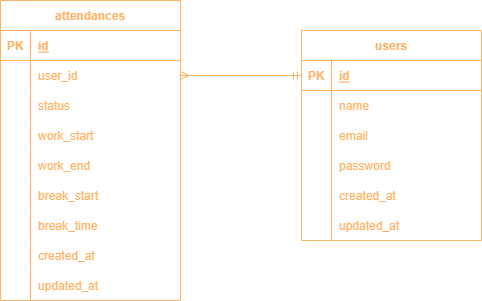
Above: ER図.png in Tanukichi-35/atte (draw.io), before the change. Source tidied: cells renumbered, new cells last; positions are measured from the earlier drawing's top-left corner, leaving out a move shared by most shapes.
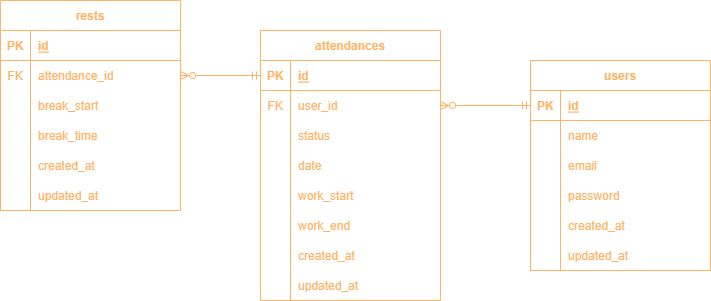
The same diagram one commit later.

Diff of the diagram source:
```diff
@@ -3,7 +3,7 @@
     <mxCell id="0" />
     <mxCell id="1" parent="0" />
     <mxCell id="2" value="attendances" style="shape=table;startSize=30;rowLines=0;fontStyle=1;align=center;rounded=0;strokeWidth=1;fillColor=none;strokeColor=#FFB366;fontColor=#FFB366;" parent="1" vertex="1">
-      <mxGeometry width="180" height="300" as="geometry" />
+      <mxGeometry x="260" y="60" width="180" height="270" as="geometry" />
     </mxCell>
     <mxCell id="3" style="shape=tableRow;horizontal=0;startSize=0;swimlaneHead=0;swimlaneBody=0;points=[[0,0.5],[1,0.5]];portConstraint=eastwest;top=0;left=0;right=0;bottom=1;rounded=0;strokeWidth=1;swimlaneLine=1;fillColor=none;strokeColor=#FFB366;fontColor=#FFB366;" parent="2" vertex="1">
       <mxGeometry y="30" width="180" height="30" as="geometry" />
@@ -17,7 +17,7 @@
     <mxCell id="6" style="shape=tableRow;horizontal=0;startSize=0;swimlaneHead=0;swimlaneBody=0;points=[[0,0.5],[1,0.5]];portConstraint=eastwest;top=0;left=0;right=0;bottom=0;rounded=0;strokeWidth=1;swimlaneLine=1;fillColor=none;strokeColor=#FFB366;fontColor=#FFB366;" parent="2" vertex="1">
       <mxGeometry y="60" width="180" height="30" as="geometry" />
     </mxCell>
-    <mxCell id="7" style="shape=partialRectangle;top=0;left=0;bottom=0;right=0;overflow=hidden;rounded=0;strokeWidth=1;swimlaneLine=1;fillColor=none;strokeColor=#FFB366;fontColor=#FFB366;" parent="6" vertex="1">
+    <mxCell id="7" value="FK" style="shape=partialRectangle;top=0;left=0;bottom=0;right=0;overflow=hidden;rounded=0;strokeWidth=1;swimlaneLine=1;fillColor=none;strokeColor=#FFB366;fontColor=#FFB366;" parent="6" vertex="1">
       <mxGeometry width="30" height="30" as="geometry" />
     </mxCell>
     <mxCell id="8" value="user_id" style="shape=partialRectangle;top=0;left=0;bottom=0;right=0;align=left;spacingLeft=6;overflow=hidden;rounded=0;strokeWidth=1;swimlaneLine=1;fillColor=none;strokeColor=#FFB366;fontColor=#FFB366;" parent="6" vertex="1">
@@ -38,11 +38,20 @@
     <mxCell id="13" style="shape=partialRectangle;top=0;left=0;bottom=0;right=0;overflow=hidden;rounded=0;strokeWidth=1;swimlaneLine=1;fillColor=none;strokeColor=#FFB366;fontColor=#FFB366;" parent="12" vertex="1">
       <mxGeometry width="30" height="30" as="geometry" />
     </mxCell>
-    <mxCell id="14" value="work_start" style="shape=partialRectangle;top=0;left=0;bottom=0;right=0;align=left;spacingLeft=6;overflow=hidden;rounded=0;strokeWidth=1;swimlaneLine=1;fillColor=none;strokeColor=#FFB366;fontColor=#FFB366;" parent="12" vertex="1">
+    <mxCell id="14" value="date" style="shape=partialRectangle;top=0;left=0;bottom=0;right=0;align=left;spacingLeft=6;overflow=hidden;rounded=0;strokeWidth=1;swimlaneLine=1;fillColor=none;strokeColor=#FFB366;fontColor=#FFB366;" parent="12" vertex="1">
       <mxGeometry x="30" width="150" height="30" as="geometry" />
     </mxCell>
+    <mxCell id="50" style="shape=tableRow;horizontal=0;startSize=0;swimlaneHead=0;swimlaneBody=0;top=0;left=0;right=0;bottom=0;rounded=0;strokeWidth=1;swimlaneLine=1;fillColor=none;strokeColor=#FFB366;fontColor=#FFB366;" parent="2" vertex="1">
+      <mxGeometry y="150" width="180" height="30" as="geometry" />
+    </mxCell>
+    <mxCell id="51" style="shape=partialRectangle;top=0;left=0;bottom=0;right=0;overflow=hidden;rounded=0;strokeWidth=1;swimlaneLine=1;fillColor=none;strokeColor=#FFB366;fontColor=#FFB366;" parent="50" vertex="1">
+      <mxGeometry width="30" height="30" as="geometry" />
+    </mxCell>
+    <mxCell id="52" value="work_start" style="shape=partialRectangle;top=0;left=0;bottom=0;right=0;align=left;spacingLeft=6;overflow=hidden;rounded=0;strokeWidth=1;swimlaneLine=1;fillColor=none;strokeColor=#FFB366;fontColor=#FFB366;" parent="50" vertex="1">
+      <mxGeometry x="30" width="150" height="30" as="geometry" />
+    </mxCell>
     <mxCell id="15" style="shape=tableRow;horizontal=0;startSize=0;swimlaneHead=0;swimlaneBody=0;top=0;left=0;right=0;bottom=0;rounded=0;strokeWidth=1;swimlaneLine=1;fillColor=none;strokeColor=#FFB366;fontColor=#FFB366;" parent="2" vertex="1">
-      <mxGeometry y="150" width="180" height="30" as="geometry" />
+      <mxGeometry y="180" width="180" height="30" as="geometry" />
     </mxCell>
     <mxCell id="16" style="shape=partialRectangle;top=0;left=0;bottom=0;right=0;overflow=hidden;rounded=0;strokeWidth=1;swimlaneLine=1;fillColor=none;strokeColor=#FFB366;fontColor=#FFB366;" parent="15" vertex="1">
       <mxGeometry width="30" height="30" as="geometry" />
@@ -50,26 +59,8 @@
     <mxCell id="17" value="work_end" style="shape=partialRectangle;top=0;left=0;bottom=0;right=0;align=left;spacingLeft=6;overflow=hidden;rounded=0;strokeWidth=1;swimlaneLine=1;fillColor=none;strokeColor=#FFB366;fontColor=#FFB366;" parent="15" vertex="1">
       <mxGeometry x="30" width="150" height="30" as="geometry" />
     </mxCell>
-    <mxCell id="18" style="shape=tableRow;horizontal=0;startSize=0;swimlaneHead=0;swimlaneBody=0;top=0;left=0;right=0;bottom=0;rounded=0;strokeWidth=1;swimlaneLine=1;fillColor=none;strokeColor=#FFB366;fontColor=#FFB366;" parent="2" vertex="1">
-      <mxGeometry y="180" width="180" height="30" as="geometry" />
-    </mxCell>
-    <mxCell id="19" style="shape=partialRectangle;top=0;left=0;bottom=0;right=0;overflow=hidden;rounded=0;strokeWidth=1;swimlaneLine=1;fillColor=none;strokeColor=#FFB366;fontColor=#FFB366;" parent="18" vertex="1">
-      <mxGeometry width="30" height="30" as="geometry" />
-    </mxCell>
-    <mxCell id="20" value="break_start" style="shape=partialRectangle;top=0;left=0;bottom=0;right=0;align=left;spacingLeft=6;overflow=hidden;rounded=0;strokeWidth=1;swimlaneLine=1;fillColor=none;strokeColor=#FFB366;fontColor=#FFB366;" parent="18" vertex="1">
-      <mxGeometry x="30" width="150" height="30" as="geometry" />
-    </mxCell>
-    <mxCell id="21" style="shape=tableRow;horizontal=0;startSize=0;swimlaneHead=0;swimlaneBody=0;top=0;left=0;right=0;bottom=0;rounded=0;strokeWidth=1;swimlaneLine=1;fillColor=none;strokeColor=#FFB366;fontColor=#FFB366;" parent="2" vertex="1">
-      <mxGeometry y="210" width="180" height="30" as="geometry" />
-    </mxCell>
-    <mxCell id="22" style="shape=partialRectangle;top=0;left=0;bottom=0;right=0;overflow=hidden;rounded=0;strokeWidth=1;swimlaneLine=1;fillColor=none;strokeColor=#FFB366;fontColor=#FFB366;" parent="21" vertex="1">
-      <mxGeometry width="30" height="30" as="geometry" />
-    </mxCell>
-    <mxCell id="23" value="break_time" style="shape=partialRectangle;top=0;left=0;bottom=0;right=0;align=left;spacingLeft=6;overflow=hidden;rounded=0;strokeWidth=1;swimlaneLine=1;fillColor=none;strokeColor=#FFB366;fontColor=#FFB366;" parent="21" vertex="1">
-      <mxGeometry x="30" width="150" height="30" as="geometry" />
-    </mxCell>
     <mxCell id="24" style="shape=tableRow;horizontal=0;startSize=0;swimlaneHead=0;swimlaneBody=0;top=0;left=0;right=0;bottom=0;rounded=0;strokeWidth=1;swimlaneLine=1;fillColor=none;strokeColor=#FFB366;fontColor=#FFB366;" parent="2" vertex="1">
-      <mxGeometry y="240" width="180" height="30" as="geometry" />
+      <mxGeometry y="210" width="180" height="30" as="geometry" />
     </mxCell>
     <mxCell id="25" style="shape=partialRectangle;top=0;left=0;bottom=0;right=0;overflow=hidden;rounded=0;strokeWidth=1;swimlaneLine=1;fillColor=none;strokeColor=#FFB366;fontColor=#FFB366;" parent="24" vertex="1">
       <mxGeometry width="30" height="30" as="geometry" />
@@ -78,7 +69,7 @@
       <mxGeometry x="30" width="150" height="30" as="geometry" />
     </mxCell>
     <mxCell id="27" style="shape=tableRow;horizontal=0;startSize=0;swimlaneHead=0;swimlaneBody=0;top=0;left=0;right=0;bottom=0;rounded=0;strokeWidth=1;swimlaneLine=1;fillColor=none;strokeColor=#FFB366;fontColor=#FFB366;" parent="2" vertex="1">
-      <mxGeometry y="270" width="180" height="30" as="geometry" />
+      <mxGeometry y="240" width="180" height="30" as="geometry" />
     </mxCell>
     <mxCell id="28" style="shape=partialRectangle;top=0;left=0;bottom=0;right=0;overflow=hidden;rounded=0;strokeWidth=1;swimlaneLine=1;fillColor=none;strokeColor=#FFB366;fontColor=#FFB366;" parent="27" vertex="1">
       <mxGeometry width="30" height="30" as="geometry" />
@@ -87,7 +78,7 @@
       <mxGeometry x="30" width="150" height="30" as="geometry" />
     </mxCell>
     <mxCell id="30" value="users" style="shape=table;startSize=30;rowLines=0;fontStyle=1;align=center;rounded=0;strokeWidth=1;swimlaneLine=1;fillColor=none;strokeColor=#FFB366;fontColor=#FFB366;" parent="1" vertex="1">
-      <mxGeometry x="301" y="30" width="180" height="210" as="geometry" />
+      <mxGeometry x="530" y="90" width="180" height="210" as="geometry" />
     </mxCell>
     <mxCell id="31" style="shape=tableRow;horizontal=0;startSize=0;swimlaneHead=0;swimlaneBody=0;points=[[0,0.5],[1,0.5]];portConstraint=eastwest;top=0;left=0;right=0;bottom=1;rounded=0;strokeWidth=1;swimlaneLine=1;fillColor=none;strokeColor=#FFB366;fontColor=#FFB366;" parent="30" vertex="1">
       <mxGeometry y="30" width="180" height="30" as="geometry" />
@@ -143,10 +134,68 @@
     <mxCell id="48" value="updated_at" style="shape=partialRectangle;top=0;left=0;bottom=0;right=0;align=left;spacingLeft=6;overflow=hidden;rounded=0;strokeWidth=1;swimlaneLine=1;fillColor=none;strokeColor=#FFB366;fontColor=#FFB366;" parent="46" vertex="1">
       <mxGeometry x="30" width="150" height="30" as="geometry" />
     </mxCell>
-    <mxCell id="49" style="edgeStyle=orthogonalEdgeStyle;fontSize=12;html=1;endArrow=ERmany;startArrow=ERmandOne;startFill=0;entryX=1;entryY=0.5;entryDx=0;entryDy=0;endFill=0;exitX=0;exitY=0.5;exitDx=0;exitDy=0;strokeWidth=1;swimlaneLine=1;rounded=0;fillColor=none;strokeColor=#FFB366;fontColor=#FFB366;" parent="1" edge="1" target="6">
-      <mxGeometry relative="1" as="geometry">
-        <mxPoint x="301" y="75" as="sourcePoint" />
-      </mxGeometry>
+    <mxCell id="49" style="edgeStyle=orthogonalEdgeStyle;fontSize=12;html=1;endArrow=ERzeroToMany;startArrow=ERmandOne;startFill=0;entryX=1;entryY=0.5;entryDx=0;entryDy=0;endFill=0;strokeWidth=1;swimlaneLine=1;rounded=0;fillColor=none;strokeColor=#FFB366;fontColor=#FFB366;exitX=0;exitY=0.5;exitDx=0;exitDy=0;" parent="1" edge="1" source="31" target="6">
+      <mxGeometry relative="1" as="geometry" />
     </mxCell>
+    <mxCell id="53" value="rests" style="shape=table;startSize=30;rowLines=0;fontStyle=1;align=center;rounded=0;strokeWidth=1;fillColor=none;strokeColor=#FFB366;fontColor=#FFB366;" parent="1" vertex="1">
+      <mxGeometry y="30" width="180" height="210" as="geometry" />
+    </mxCell>
+    <mxCell id="54" style="shape=tableRow;horizontal=0;startSize=0;swimlaneHead=0;swimlaneBody=0;top=0;left=0;right=0;bottom=1;rounded=0;strokeWidth=1;swimlaneLine=1;fillColor=none;strokeColor=#FFB366;fontColor=#FFB366;" parent="53" vertex="1">
+      <mxGeometry y="30" width="180" height="30" as="geometry" />
+    </mxCell>
+    <mxCell id="55" value="PK" style="shape=partialRectangle;top=0;left=0;bottom=0;right=0;fontStyle=1;overflow=hidden;rounded=0;strokeWidth=1;swimlaneLine=1;fillColor=none;strokeColor=#FFB366;fontColor=#FFB366;" parent="54" vertex="1">
+      <mxGeometry width="30" height="30" as="geometry" />
+    </mxCell>
+    <mxCell id="56" value="id" style="shape=partialRectangle;top=0;left=0;bottom=0;right=0;align=left;spacingLeft=6;fontStyle=5;overflow=hidden;rounded=0;strokeWidth=1;swimlaneLine=1;fillColor=none;strokeColor=#FFB366;fontColor=#FFB366;" parent="54" vertex="1">
+      <mxGeometry x="30" width="150" height="30" as="geometry" />
+    </mxCell>
+    <mxCell id="57" style="shape=tableRow;horizontal=0;startSize=0;swimlaneHead=0;swimlaneBody=0;points=[[0,0.5],[1,0.5]];portConstraint=eastwest;top=0;left=0;right=0;bottom=0;rounded=0;strokeWidth=1;swimlaneLine=1;fillColor=none;strokeColor=#FFB366;fontColor=#FFB366;" parent="53" vertex="1">
+      <mxGeometry y="60" width="180" height="30" as="geometry" />
+    </mxCell>
+    <mxCell id="58" value="FK" style="shape=partialRectangle;top=0;left=0;bottom=0;right=0;overflow=hidden;rounded=0;strokeWidth=1;swimlaneLine=1;fillColor=none;strokeColor=#FFB366;fontColor=#FFB366;" parent="57" vertex="1">
+      <mxGeometry width="30" height="30" as="geometry" />
+    </mxCell>
+    <mxCell id="59" value="attendance_id" style="shape=partialRectangle;top=0;left=0;bottom=0;right=0;align=left;spacingLeft=6;overflow=hidden;rounded=0;strokeWidth=1;swimlaneLine=1;fillColor=none;strokeColor=#FFB366;fontColor=#FFB366;" parent="57" vertex="1">
+      <mxGeometry x="30" width="150" height="30" as="geometry" />
+    </mxCell>
+    <mxCell id="60" style="shape=tableRow;horizontal=0;startSize=0;swimlaneHead=0;swimlaneBody=0;top=0;left=0;right=0;bottom=0;rounded=0;strokeWidth=1;swimlaneLine=1;fillColor=none;strokeColor=#FFB366;fontColor=#FFB366;" parent="53" vertex="1">
+      <mxGeometry y="90" width="180" height="30" as="geometry" />
+    </mxCell>
+    <mxCell id="61" style="shape=partialRectangle;top=0;left=0;bottom=0;right=0;overflow=hidden;rounded=0;strokeWidth=1;swimlaneLine=1;fillColor=none;strokeColor=#FFB366;fontColor=#FFB366;" parent="60" vertex="1">
+      <mxGeometry width="30" height="30" as="geometry" />
+    </mxCell>
+    <mxCell id="20" value="break_start" style="shape=partialRectangle;top=0;left=0;bottom=0;right=0;align=left;spacingLeft=6;overflow=hidden;rounded=0;strokeWidth=1;swimlaneLine=1;fillColor=none;strokeColor=#FFB366;fontColor=#FFB366;" parent="60" vertex="1">
+      <mxGeometry x="30" width="150" height="30" as="geometry" />
+    </mxCell>
+    <mxCell id="62" style="shape=tableRow;horizontal=0;startSize=0;swimlaneHead=0;swimlaneBody=0;top=0;left=0;right=0;bottom=0;rounded=0;strokeWidth=1;swimlaneLine=1;fillColor=none;strokeColor=#FFB366;fontColor=#FFB366;" parent="53" vertex="1">
+      <mxGeometry y="120" width="180" height="30" as="geometry" />
+    </mxCell>
+    <mxCell id="63" style="shape=partialRectangle;top=0;left=0;bottom=0;right=0;overflow=hidden;rounded=0;strokeWidth=1;swimlaneLine=1;fillColor=none;strokeColor=#FFB366;fontColor=#FFB366;" parent="62" vertex="1">
+      <mxGeometry width="30" height="30" as="geometry" />
+    </mxCell>
+    <mxCell id="23" value="break_time" style="shape=partialRectangle;top=0;left=0;bottom=0;right=0;align=left;spacingLeft=6;overflow=hidden;rounded=0;strokeWidth=1;swimlaneLine=1;fillColor=none;strokeColor=#FFB366;fontColor=#FFB366;" parent="62" vertex="1">
+      <mxGeometry x="30" width="150" height="30" as="geometry" />
+    </mxCell>
+    <mxCell id="64" style="shape=tableRow;horizontal=0;startSize=0;swimlaneHead=0;swimlaneBody=0;top=0;left=0;right=0;bottom=0;rounded=0;strokeWidth=1;swimlaneLine=1;fillColor=none;strokeColor=#FFB366;fontColor=#FFB366;" parent="53" vertex="1">
+      <mxGeometry y="150" width="180" height="30" as="geometry" />
+    </mxCell>
+    <mxCell id="65" style="shape=partialRectangle;top=0;left=0;bottom=0;right=0;overflow=hidden;rounded=0;strokeWidth=1;swimlaneLine=1;fillColor=none;strokeColor=#FFB366;fontColor=#FFB366;" parent="64" vertex="1">
+      <mxGeometry width="30" height="30" as="geometry" />
+    </mxCell>
+    <mxCell id="66" value="created_at" style="shape=partialRectangle;top=0;left=0;bottom=0;right=0;align=left;spacingLeft=6;overflow=hidden;rounded=0;strokeWidth=1;swimlaneLine=1;fillColor=none;strokeColor=#FFB366;fontColor=#FFB366;" parent="64" vertex="1">
+      <mxGeometry x="30" width="150" height="30" as="geometry" />
+    </mxCell>
+    <mxCell id="18" style="shape=tableRow;horizontal=0;startSize=0;swimlaneHead=0;swimlaneBody=0;top=0;left=0;right=0;bottom=0;rounded=0;strokeWidth=1;swimlaneLine=1;fillColor=none;strokeColor=#FFB366;fontColor=#FFB366;" parent="53" vertex="1">
+      <mxGeometry y="180" width="180" height="30" as="geometry" />
+    </mxCell>
+    <mxCell id="67" style="shape=partialRectangle;top=0;left=0;bottom=0;right=0;overflow=hidden;rounded=0;strokeWidth=1;swimlaneLine=1;fillColor=none;strokeColor=#FFB366;fontColor=#FFB366;" parent="18" vertex="1">
+      <mxGeometry width="30" height="30" as="geometry" />
+    </mxCell>
+    <mxCell id="68" value="updated_at" style="shape=partialRectangle;top=0;left=0;bottom=0;right=0;align=left;spacingLeft=6;overflow=hidden;rounded=0;strokeWidth=1;swimlaneLine=1;fillColor=none;strokeColor=#FFB366;fontColor=#FFB366;" parent="18" vertex="1">
+      <mxGeometry x="30" width="150" height="30" as="geometry" />
+    </mxCell>
+    <mxCell id="69" style="edgeStyle=orthogonalEdgeStyle;fontSize=12;html=1;endArrow=ERzeroToMany;startArrow=ERmandOne;startFill=0;entryX=1;entryY=0.5;entryDx=0;entryDy=0;endFill=0;strokeWidth=1;swimlaneLine=1;rounded=0;fillColor=none;strokeColor=#FFB366;fontColor=#FFB366;exitX=0;exitY=0.5;exitDx=0;exitDy=0;" parent="1" edge="1" source="3" target="57">
+      <mxGeometry relative="1" as="geometry" />
+    </mxCell>
   </root>
 </mxGraphModel>
```
